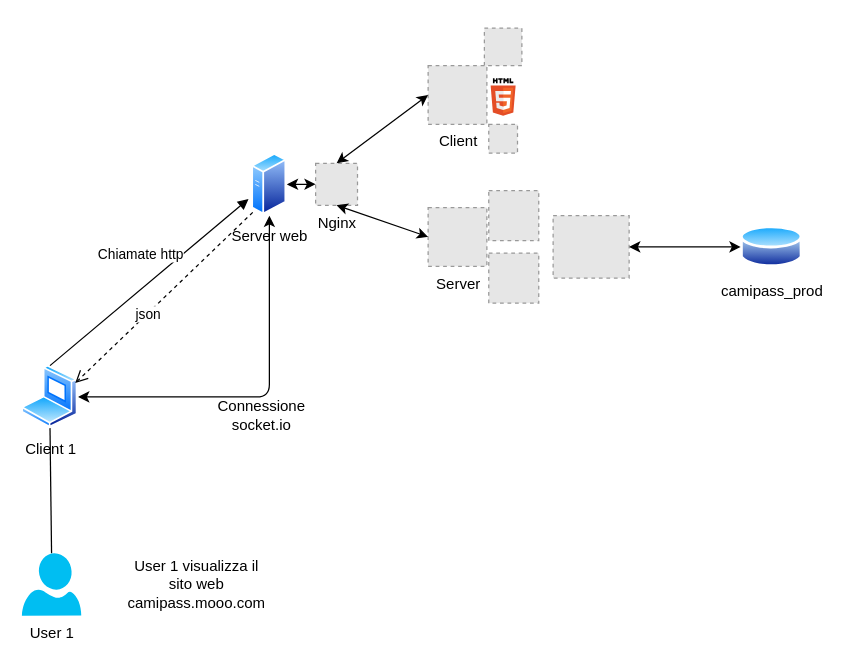
The draw.io diagram Untitled Diagram.drawio in Camipass/camipass-docs, before the edit. Source tidied: cells renumbered, new cells numbered last; positions are measured from the earlier drawing's top-left corner, leaving out a move shared by most shapes. Both pictures are drawn from the tidied source at 125%, with x=0, y=0 at pixel (21, 28). Pictures stored in the file or linked from it are replaced by grey dashed boxes.
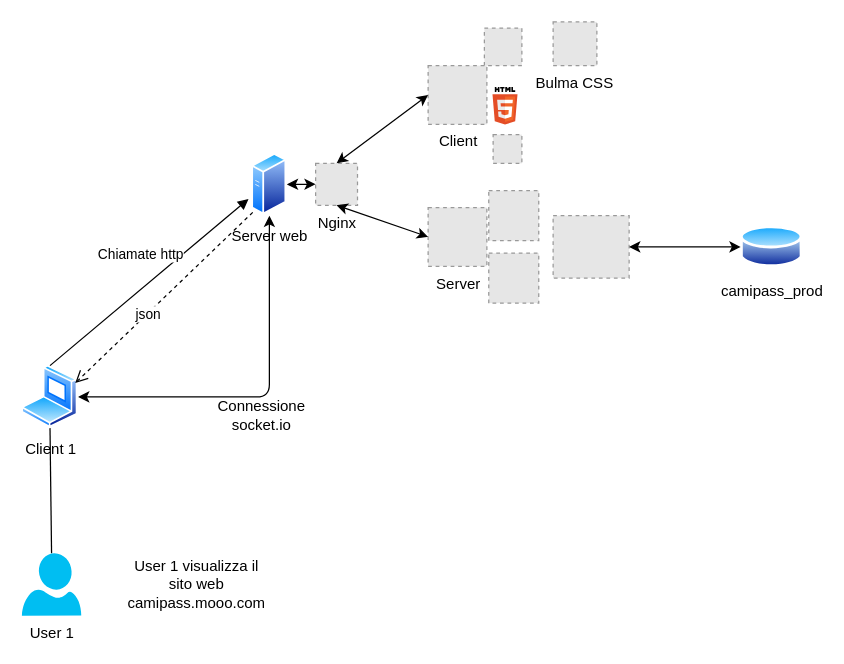
The same diagram, later.

Change to the diagram source:
```diff
@@
     <mxCell id="7" style="dashed=0;html=1;align=center;labelPosition=center;verticalLabelPosition=bottom;verticalAlign=top;shape=mxgraph.weblogos.html5;labelBorderColor=none;" parent="1" vertex="1">
-      <mxGeometry x="375" y="40" width="20" height="30" as="geometry" />
+      <mxGeometry x="376.5" y="47" width="20" height="30" as="geometry" />
     </mxCell>
@@
     <mxCell id="10" style="fillColor=#E6E6E6;strokeColor=#999999;dashed=1;html=1;verticalAlign=top;verticalLabelPosition=bottom;labelBackgroundColor=#ffffff;" parent="1" vertex="1">
-      <mxGeometry x="373.5" y="77" width="23" height="23" as="geometry" />
+      <mxGeometry x="377" y="85.2" width="23" height="23" as="geometry" />
     </mxCell>
@@
+    <mxCell id="25" value="Bulma CSS" style="fillColor=#E6E6E6;strokeColor=#999999;dashed=1;verticalLabelPosition=bottom;labelBackgroundColor=#ffffff;verticalAlign=top;" parent="1" vertex="1">
+      <mxGeometry x="425" y="-5" width="35" height="35" as="geometry" />
+    </mxCell>
```
